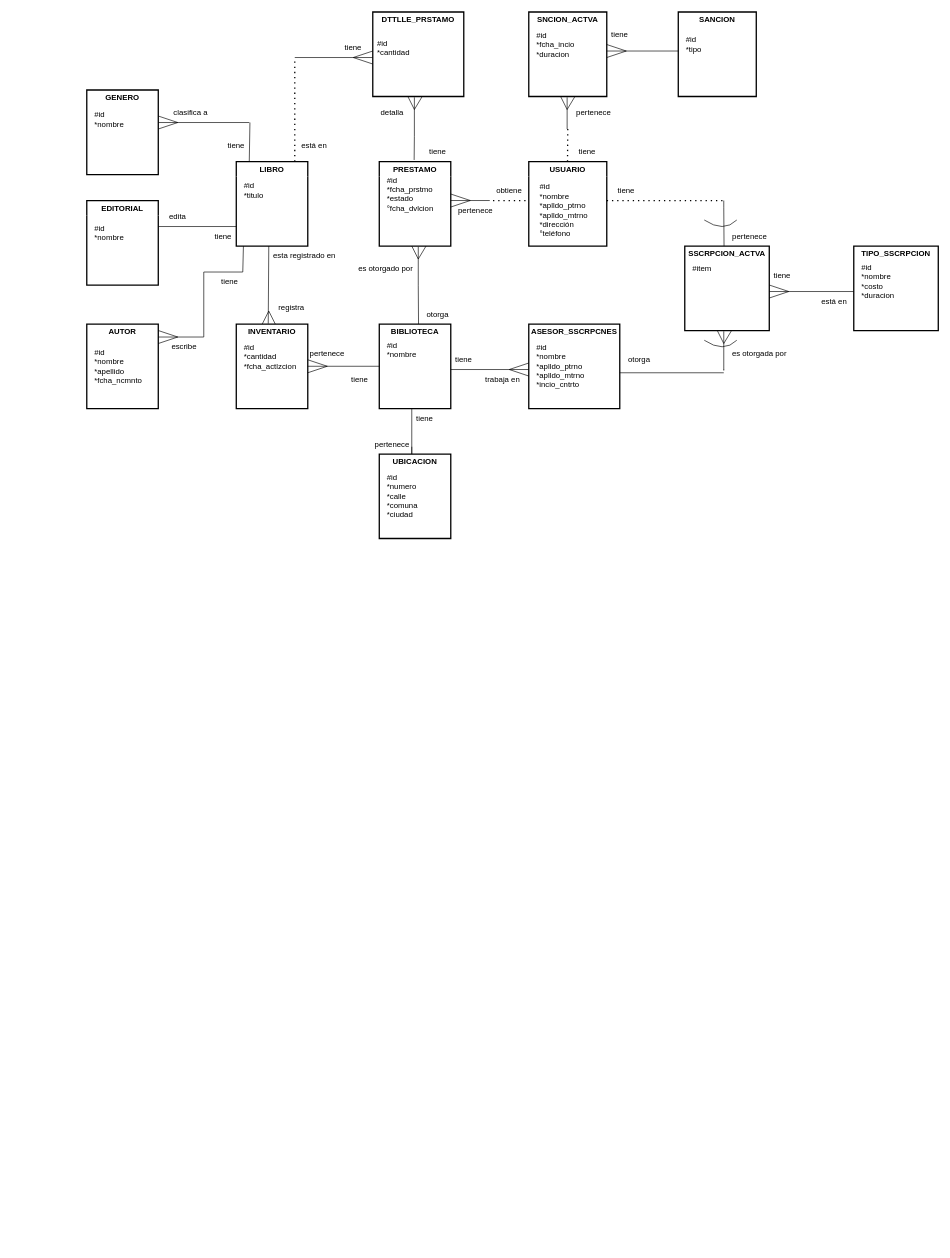
Earlier version of the draw.io diagram page "Page-1" (1 of 4) of examen_practico.drawio (AlexisEV/diagramas-er). Source tidied: cells renumbered, new cells numbered last; positions are measured from the earlier drawing's top-left corner, leaving out a move shared by most shapes. Both pictures are drawn from the tidied source at 65%, with x=0, y=0 at pixel (86, 12).
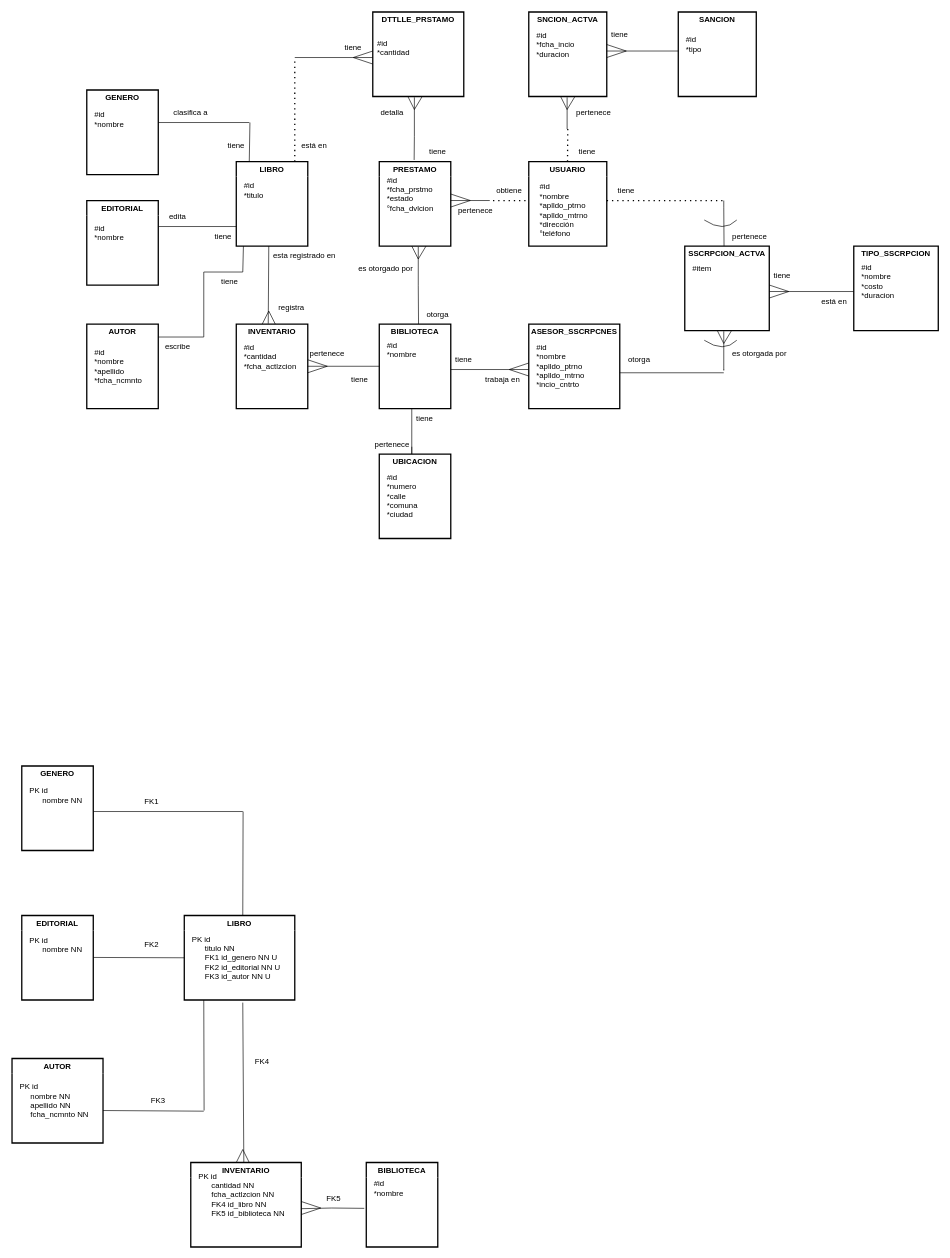
The same page after the edit.

What changed in the source:
```diff
@@
-    <mxCell id="56" style="endArrow=none;html=1;rounded=0;" parent="1" edge="1">
-      <mxGeometry relative="1" as="geometry">
-        <mxPoint x="110" y="510" as="sourcePoint" />
-        <mxPoint x="140" y="500" as="targetPoint" />
-      </mxGeometry>
-    </mxCell>
-    <mxCell id="57" style="endArrow=none;html=1;rounded=0;" parent="1" edge="1">
-      <mxGeometry relative="1" as="geometry">
-        <mxPoint x="110" y="490" as="sourcePoint" />
-        <mxPoint x="140" y="500" as="targetPoint" />
-      </mxGeometry>
-    </mxCell>
@@
-    <mxCell id="70" style="endArrow=none;html=1;rounded=0;" parent="1" edge="1">
-      <mxGeometry relative="1" as="geometry">
-        <mxPoint x="110" y="160" as="sourcePoint" />
-        <mxPoint x="140" y="170" as="targetPoint" />
-      </mxGeometry>
-    </mxCell>
-    <mxCell id="71" style="endArrow=none;html=1;rounded=0;" parent="1" edge="1">
-      <mxGeometry relative="1" as="geometry">
-        <mxPoint x="110" y="180" as="sourcePoint" />
-        <mxPoint x="140" y="170" as="targetPoint" />
-      </mxGeometry>
-    </mxCell>
@@
     <mxCell id="88" value="escribe" style="text;html=1;strokeColor=none;fillColor=none;align=center;verticalAlign=middle;whiteSpace=wrap;rounded=0;" parent="1" vertex="1">
-      <mxGeometry x="120" y="500" width="60" height="30" as="geometry" />
+      <mxGeometry x="110" y="500" width="60" height="30" as="geometry" />
     </mxCell>
@@
+    <mxCell id="116" value="LIBRO" style="swimlane;whiteSpace=wrap;html=1;perimeterSpacing=7;strokeWidth=2;swimlaneLine=0;glass=0;fillColor=none;strokeColor=#000000;" parent="1" vertex="1">
+      <mxGeometry x="150" y="1390" width="170" height="130" as="geometry" />
+    </mxCell>
+    <mxCell id="117" value="PK id&lt;br&gt;&amp;nbsp; &amp;nbsp; &amp;nbsp; titulo NN&lt;br&gt;&amp;nbsp; &amp;nbsp; &amp;nbsp; FK1 id_genero NN U&lt;br&gt;&amp;nbsp; &amp;nbsp; &amp;nbsp; FK2 id_editorial NN U&lt;br&gt;&amp;nbsp; &amp;nbsp; &amp;nbsp; FK3 id_autor NN U" style="text;html=1;align=left;verticalAlign=middle;strokeColor=none;fillColor=none;" parent="116" vertex="1">
+      <mxGeometry x="10" y="20" width="160" height="90" as="geometry" />
+    </mxCell>
+    <mxCell id="118" value="GENERO" style="swimlane;whiteSpace=wrap;html=1;perimeterSpacing=7;strokeWidth=2;swimlaneLine=0;glass=0;fillColor=none;strokeColor=#000000;" parent="1" vertex="1">
+      <mxGeometry x="-100" y="1160" width="110" height="130" as="geometry" />
+    </mxCell>
+    <mxCell id="119" value="PK id&lt;br&gt;&amp;nbsp; &amp;nbsp; &amp;nbsp; nombre NN" style="text;html=1;align=left;verticalAlign=middle;strokeColor=none;fillColor=none;" parent="118" vertex="1">
+      <mxGeometry x="10" y="25" width="100" height="40" as="geometry" />
+    </mxCell>
+    <mxCell id="120" value="EDITORIAL" style="swimlane;whiteSpace=wrap;html=1;perimeterSpacing=7;strokeWidth=2;swimlaneLine=0;glass=0;fillColor=none;strokeColor=#000000;" parent="1" vertex="1">
+      <mxGeometry x="-100" y="1390" width="110" height="130" as="geometry" />
+    </mxCell>
+    <mxCell id="121" value="PK id&lt;br&gt;&amp;nbsp; &amp;nbsp; &amp;nbsp; nombre NN" style="text;html=1;align=left;verticalAlign=middle;strokeColor=none;fillColor=none;" parent="120" vertex="1">
+      <mxGeometry x="10" y="25" width="100" height="40" as="geometry" />
+    </mxCell>
+    <mxCell id="122" value="AUTOR" style="swimlane;whiteSpace=wrap;html=1;perimeterSpacing=7;strokeWidth=2;swimlaneLine=0;glass=0;fillColor=none;strokeColor=#000000;" parent="1" vertex="1">
+      <mxGeometry x="-115" y="1610" width="140" height="130" as="geometry" />
+    </mxCell>
+    <mxCell id="123" value="PK id&lt;br&gt;&amp;nbsp; &amp;nbsp; &amp;nbsp;nombre NN&lt;br&gt;&amp;nbsp; &amp;nbsp; &amp;nbsp;apellido NN&lt;br&gt;&amp;nbsp; &amp;nbsp; &amp;nbsp;fcha_ncmnto NN" style="text;html=1;align=left;verticalAlign=middle;strokeColor=none;fillColor=none;" parent="122" vertex="1">
+      <mxGeometry x="10" y="30" width="130" height="70" as="geometry" />
+    </mxCell>
+    <mxCell id="124" style="endArrow=none;html=1;rounded=0;" parent="1" edge="1">
+      <mxGeometry relative="1" as="geometry">
+        <mxPoint x="10" y="1230" as="sourcePoint" />
+        <mxPoint x="240" y="1230" as="targetPoint" />
+      </mxGeometry>
+    </mxCell>
+    <mxCell id="125" style="endArrow=none;html=1;rounded=0;" parent="1" edge="1">
+      <mxGeometry relative="1" as="geometry">
+        <mxPoint x="25" y="1690" as="sourcePoint" />
+        <mxPoint x="180" y="1691" as="targetPoint" />
+      </mxGeometry>
+    </mxCell>
+    <mxCell id="126" style="endArrow=none;html=1;rounded=0;" parent="1" edge="1">
+      <mxGeometry relative="1" as="geometry">
+        <mxPoint x="10" y="1454.5" as="sourcePoint" />
+        <mxPoint x="150" y="1455" as="targetPoint" />
+      </mxGeometry>
+    </mxCell>
+    <mxCell id="127" value="FK1" style="text;html=1;strokeColor=none;fillColor=none;align=center;verticalAlign=middle;whiteSpace=wrap;rounded=0;" parent="1" vertex="1">
+      <mxGeometry x="70" y="1200" width="60" height="30" as="geometry" />
+    </mxCell>
+    <mxCell id="128" value="FK2" style="text;html=1;strokeColor=none;fillColor=none;align=center;verticalAlign=middle;whiteSpace=wrap;rounded=0;" parent="1" vertex="1">
+      <mxGeometry x="70" y="1420" width="60" height="30" as="geometry" />
+    </mxCell>
+    <mxCell id="129" value="FK3" style="text;html=1;strokeColor=none;fillColor=none;align=center;verticalAlign=middle;whiteSpace=wrap;rounded=0;" parent="1" vertex="1">
+      <mxGeometry x="80" y="1660" width="60" height="30" as="geometry" />
+    </mxCell>
+    <mxCell id="130" style="endArrow=none;html=1;rounded=0;exitX=0.453;exitY=0.045;exitDx=0;exitDy=0;exitPerimeter=0;" parent="1" edge="1">
+      <mxGeometry relative="1" as="geometry">
+        <mxPoint x="240" y="1390" as="sourcePoint" />
+        <mxPoint x="240.5" y="1230" as="targetPoint" />
+      </mxGeometry>
+    </mxCell>
+    <mxCell id="131" style="endArrow=none;html=1;rounded=0;" parent="1" edge="1">
+      <mxGeometry relative="1" as="geometry">
+        <mxPoint x="180.5" y="1690" as="sourcePoint" />
+        <mxPoint x="180" y="1520" as="targetPoint" />
+      </mxGeometry>
+    </mxCell>
+    <mxCell id="132" value="INVENTARIO" style="swimlane;whiteSpace=wrap;html=1;perimeterSpacing=7;strokeWidth=2;swimlaneLine=0;glass=0;fillColor=none;strokeColor=#000000;" parent="1" vertex="1">
+      <mxGeometry x="160" y="1770" width="170" height="130" as="geometry" />
+    </mxCell>
+    <mxCell id="133" value="PK id&lt;br&gt;&amp;nbsp; &amp;nbsp; &amp;nbsp; cantidad NN&lt;br&gt;&amp;nbsp; &amp;nbsp; &amp;nbsp; fcha_actlzcion NN&lt;br&gt;&amp;nbsp; &amp;nbsp; &amp;nbsp; FK4 id_libro NN&lt;br&gt;&amp;nbsp; &amp;nbsp; &amp;nbsp; FK5 id_biblioteca NN" style="text;html=1;align=left;verticalAlign=middle;strokeColor=none;fillColor=none;" parent="132" vertex="1">
+      <mxGeometry x="10" y="5" width="160" height="90" as="geometry" />
+    </mxCell>
+    <mxCell id="134" style="endArrow=none;html=1;rounded=0;exitX=0.543;exitY=0.021;exitDx=0;exitDy=0;exitPerimeter=0;" parent="1" edge="1">
+      <mxGeometry relative="1" as="geometry">
+        <mxPoint x="241.6" y="1770" as="sourcePoint" />
+        <mxPoint x="240" y="1524" as="targetPoint" />
+      </mxGeometry>
+    </mxCell>
+    <mxCell id="135" style="endArrow=none;html=1;rounded=0;entryX=0.527;entryY=0.04;entryDx=0;entryDy=0;entryPerimeter=0;" parent="1" edge="1">
+      <mxGeometry relative="1" as="geometry">
+        <mxPoint x="240" y="1750" as="sourcePoint" />
+        <mxPoint x="250" y="1770" as="targetPoint" />
+      </mxGeometry>
+    </mxCell>
+    <mxCell id="136" style="endArrow=none;html=1;rounded=0;entryX=0.527;entryY=0.04;entryDx=0;entryDy=0;entryPerimeter=0;" parent="1" edge="1">
+      <mxGeometry relative="1" as="geometry">
+        <mxPoint x="240" y="1750" as="sourcePoint" />
+        <mxPoint x="230" y="1770" as="targetPoint" />
+      </mxGeometry>
+    </mxCell>
+    <mxCell id="137" value="FK4" style="text;html=1;strokeColor=none;fillColor=none;align=center;verticalAlign=middle;whiteSpace=wrap;rounded=0;" parent="1" vertex="1">
+      <mxGeometry x="240" y="1600" width="60" height="30" as="geometry" />
+    </mxCell>
+    <mxCell id="138" value="BIBLIOTECA" style="swimlane;whiteSpace=wrap;html=1;perimeterSpacing=7;strokeWidth=2;swimlaneLine=0;glass=0;fillColor=none;strokeColor=#000000;" parent="1" vertex="1">
+      <mxGeometry x="430" y="1770" width="110" height="130" as="geometry" />
+    </mxCell>
+    <mxCell id="139" value="#id&lt;br&gt;*nombre&lt;br&gt;" style="text;html=1;align=left;verticalAlign=middle;strokeColor=none;fillColor=none;" parent="138" vertex="1">
+      <mxGeometry x="10" y="20" width="70" height="40" as="geometry" />
+    </mxCell>
+    <mxCell id="140" style="endArrow=none;html=1;rounded=0;" parent="1" edge="1">
+      <mxGeometry relative="1" as="geometry">
+        <mxPoint x="330" y="1841" as="sourcePoint" />
+        <mxPoint x="426.9" y="1840.5" as="targetPoint" />
+        <Array as="points">
+          <mxPoint x="376.9" y="1840" />
+        </Array>
+      </mxGeometry>
+    </mxCell>
+    <mxCell id="141" style="endArrow=none;html=1;rounded=0;" parent="1" edge="1">
+      <mxGeometry relative="1" as="geometry">
+        <mxPoint x="330" y="1850" as="sourcePoint" />
+        <mxPoint x="360" y="1840" as="targetPoint" />
+      </mxGeometry>
+    </mxCell>
+    <mxCell id="142" style="endArrow=none;html=1;rounded=0;" parent="1" edge="1">
+      <mxGeometry relative="1" as="geometry">
+        <mxPoint x="330" y="1830" as="sourcePoint" />
+        <mxPoint x="360" y="1840" as="targetPoint" />
+      </mxGeometry>
+    </mxCell>
+    <mxCell id="143" value="FK5" style="text;html=1;strokeColor=none;fillColor=none;align=center;verticalAlign=middle;whiteSpace=wrap;rounded=0;" parent="1" vertex="1">
+      <mxGeometry x="350" y="1810" width="60" height="30" as="geometry" />
+    </mxCell>
```
